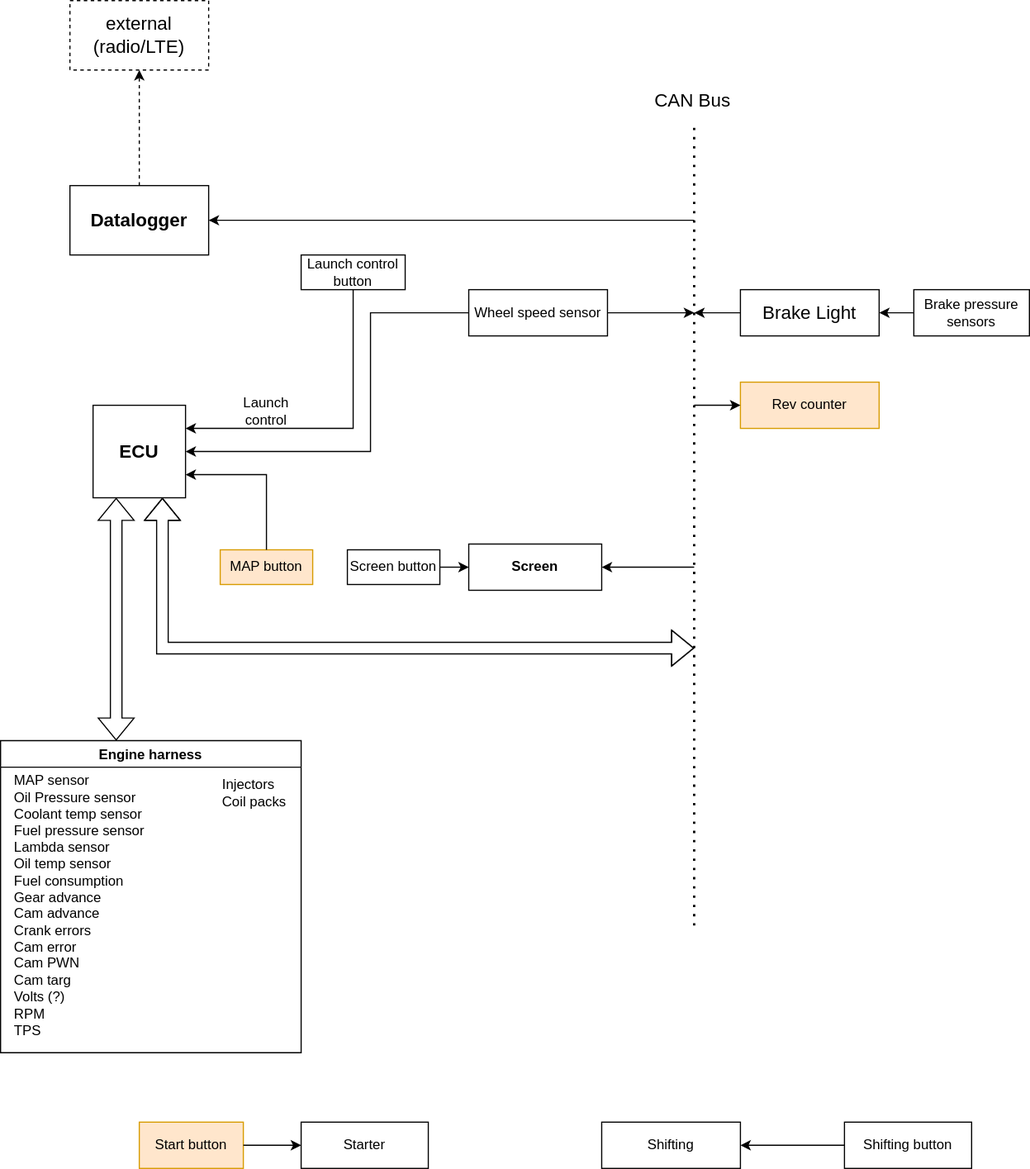
Earlier version of the draw.io export IC22 Electronics.drawio.svg (ugracing/documents). Source tidied: cells renumbered, new cells last; positions are measured from the earlier drawing's top-left corner, leaving out a move shared by most shapes.
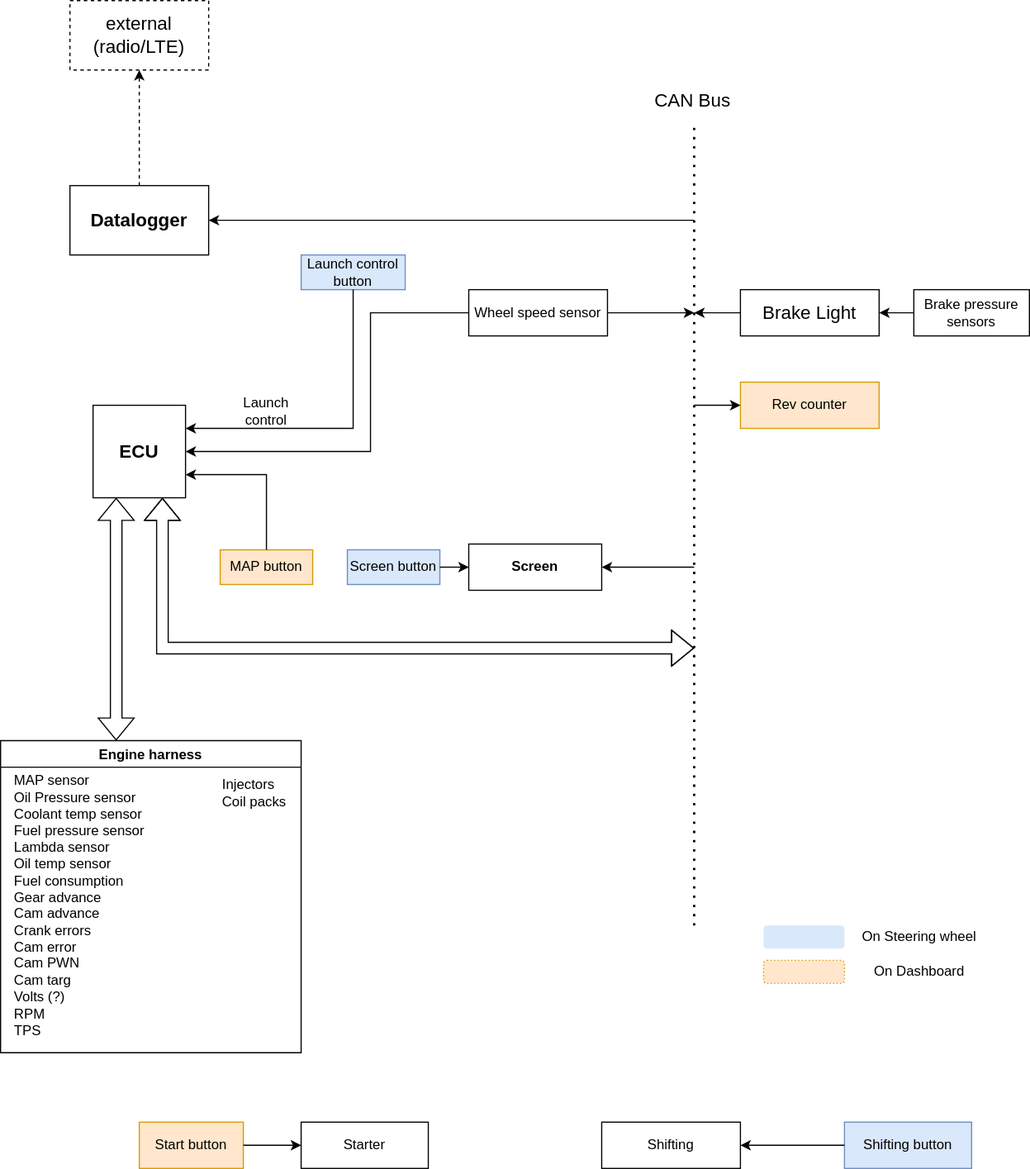
Later version of the same file.

What changed in the source:
```diff
@@ -72,7 +72,7 @@
         <mxPoint x="600" y="270" as="targetPoint" />
       </mxGeometry>
     </mxCell>
-    <mxCell id="19" value="Launch control button" style="rounded=0;whiteSpace=wrap;html=1;fontSize=12;" parent="1" vertex="1">
+    <mxCell id="19" value="Launch control button" style="rounded=0;whiteSpace=wrap;html=1;fontSize=12;fillColor=#dae8fc;strokeColor=#6c8ebf;" parent="1" vertex="1">
       <mxGeometry x="260" y="220" width="90" height="30" as="geometry" />
     </mxCell>
     <mxCell id="20" style="endArrow=classic;html=1;rounded=0;fontSize=12;entryX=1;entryY=0.25;entryDx=0;entryDy=0;" parent="1" edge="1" source="19" target="2">
@@ -90,7 +90,7 @@
         <mxPoint x="600" y="490" as="sourcePoint" />
       </mxGeometry>
     </mxCell>
-    <mxCell id="23" value="Screen button" style="rounded=0;whiteSpace=wrap;html=1;fontSize=12;" parent="1" vertex="1">
+    <mxCell id="23" value="Screen button" style="rounded=0;whiteSpace=wrap;html=1;fontSize=12;fillColor=#dae8fc;strokeColor=#6c8ebf;" parent="1" vertex="1">
       <mxGeometry x="300" y="475" width="80" height="30" as="geometry" />
     </mxCell>
     <mxCell id="24" style="endArrow=classic;html=1;rounded=0;fontSize=12;exitX=1;exitY=0.5;exitDx=0;exitDy=0;entryX=0;entryY=0.5;entryDx=0;entryDy=0;" parent="1" edge="1" source="23" target="21">
@@ -111,7 +111,7 @@
         <mxPoint x="600" y="190" as="sourcePoint" />
       </mxGeometry>
     </mxCell>
-    <mxCell id="28" value="Shifting button" style="rounded=0;whiteSpace=wrap;html=1;fontSize=12;" parent="1" vertex="1">
+    <mxCell id="28" value="Shifting button" style="rounded=0;whiteSpace=wrap;html=1;fontSize=12;fillColor=#dae8fc;strokeColor=#6c8ebf;" parent="1" vertex="1">
       <mxGeometry x="730" y="970" width="110" height="40" as="geometry" />
     </mxCell>
     <mxCell id="29" value="Shifting" style="rounded=0;whiteSpace=wrap;html=1;fontSize=12;" parent="1" vertex="1">
@@ -143,5 +143,17 @@
     <mxCell id="37" value="&lt;div&gt;Injectors&lt;/div&gt;&lt;div&gt;Coil packs&lt;br&gt;&lt;/div&gt;" style="text;html=1;strokeColor=none;fillColor=none;align=left;verticalAlign=middle;whiteSpace=wrap;rounded=0;fontSize=12;" parent="35" vertex="1">
       <mxGeometry x="190" y="30" width="60" height="30" as="geometry" />
     </mxCell>
+    <mxCell id="38" style="rounded=1;whiteSpace=wrap;html=1;fontSize=12;align=left;dashed=1;dashPattern=1 2;fillColor=#dae8fc;strokeColor=none;" parent="1" vertex="1">
+      <mxGeometry x="660" y="800" width="70" height="20" as="geometry" />
+    </mxCell>
+    <mxCell id="39" value="On Steering wheel" style="text;html=1;strokeColor=none;fillColor=none;align=center;verticalAlign=middle;whiteSpace=wrap;rounded=0;dashed=1;dashPattern=1 2;fontSize=12;" parent="1" vertex="1">
+      <mxGeometry x="740" y="800" width="110" height="20" as="geometry" />
+    </mxCell>
+    <mxCell id="40" style="rounded=1;whiteSpace=wrap;html=1;fontSize=12;align=left;dashed=1;dashPattern=1 2;fillColor=#ffe6cc;strokeColor=#d79b00;" parent="1" vertex="1">
+      <mxGeometry x="660" y="830" width="70" height="20" as="geometry" />
+    </mxCell>
+    <mxCell id="41" value="&lt;div&gt;On Dashboard&lt;/div&gt;" style="text;html=1;strokeColor=none;fillColor=none;align=center;verticalAlign=middle;whiteSpace=wrap;rounded=0;dashed=1;dashPattern=1 2;fontSize=12;" parent="1" vertex="1">
+      <mxGeometry x="740" y="830" width="110" height="20" as="geometry" />
+    </mxCell>
   </root>
 </mxGraphModel>
```
